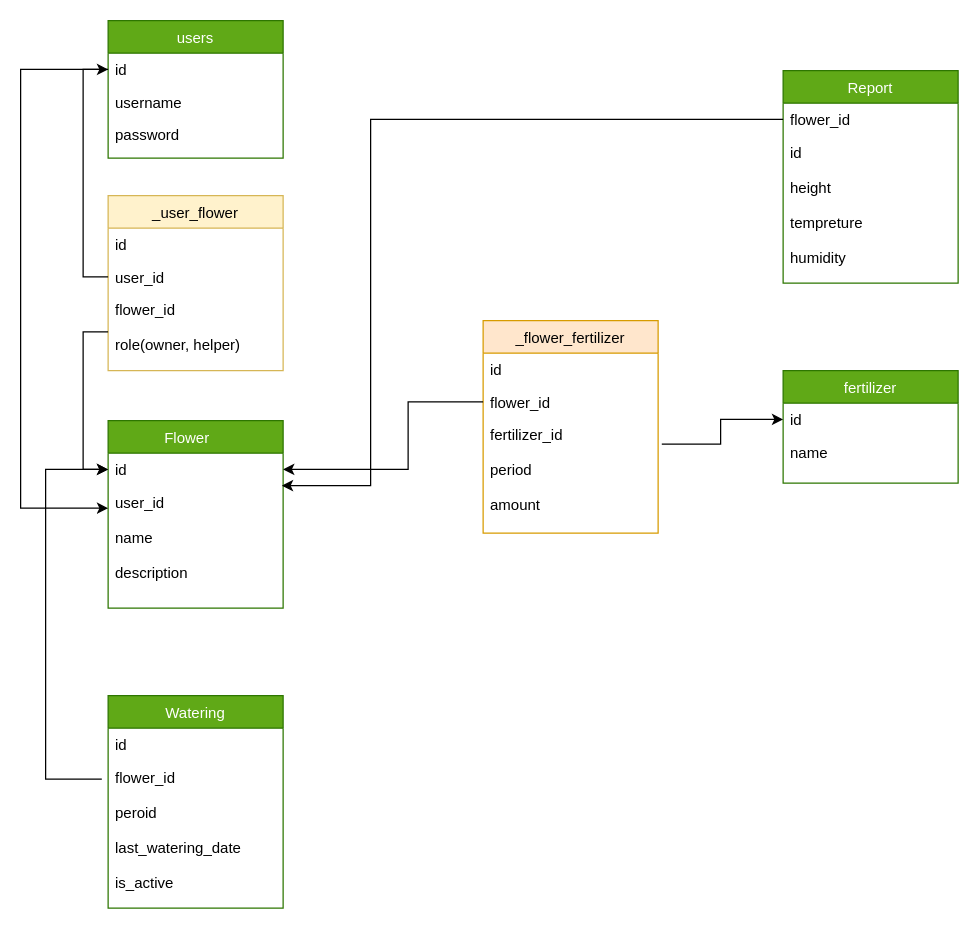
Earlier version of the draw.io diagram Pot_Flow_Chart.drawio (ahmadabd/pot). Source tidied: cells renumbered, new cells numbered last; positions are measured from the earlier drawing's top-left corner, leaving out a move shared by most shapes. Both pictures are drawn from the tidied source at 125%, with x=0, y=0 at pixel (20, 20).
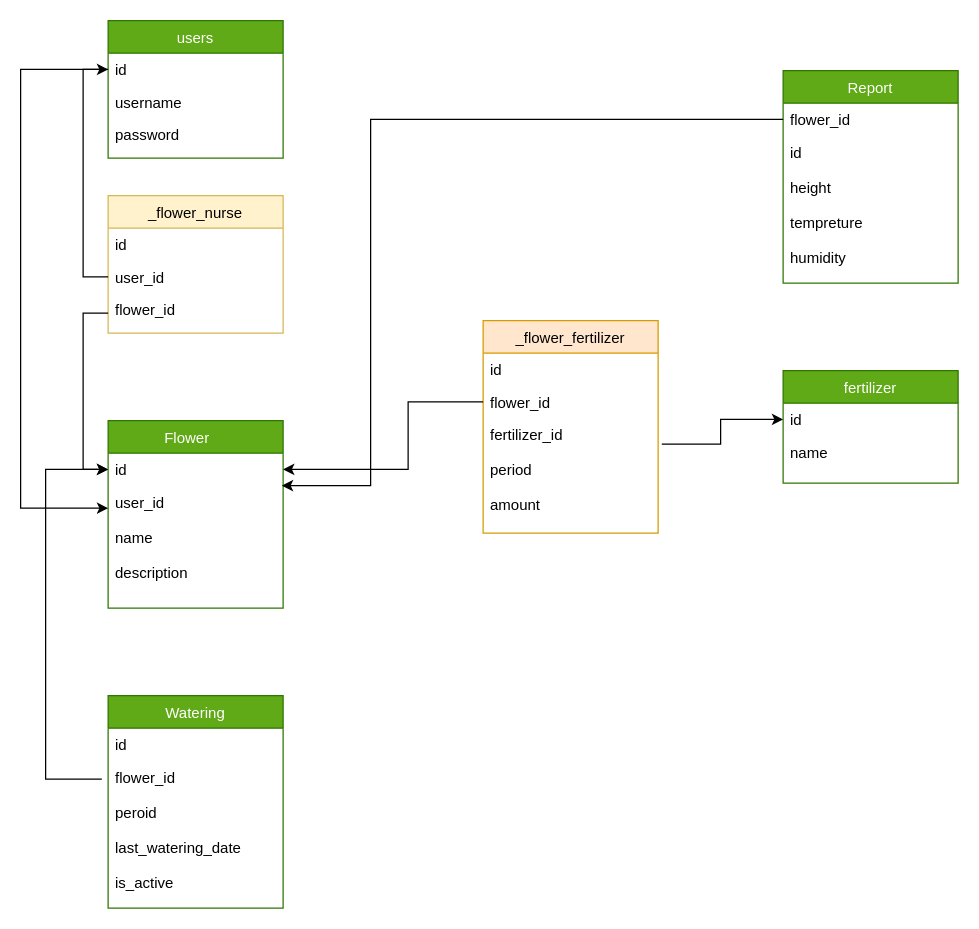
After the change.

Commit message (it also covers changes not shown here):
flower_nurse is some one take kare of flowers

The edit, as a diff of the source:
```diff
@@
-    <mxCell id="28" value="_user_flower" style="swimlane;fontStyle=0;horizontal=1;startSize=26;fillColor=#fff2cc;strokeColor=#d6b656;" parent="1" vertex="1">
-      <mxGeometry x="70" y="140" width="140" height="140" as="geometry" />
+    <mxCell id="28" value="_flower_nurse" style="swimlane;fontStyle=0;horizontal=1;startSize=26;fillColor=#fff2cc;strokeColor=#d6b656;" parent="1" vertex="1">
+      <mxGeometry x="70" y="140" width="140" height="110" as="geometry" />
     </mxCell>
@@
-    <mxCell id="31" value="flower_id&#10;&#10;role(owner, helper)&#10;" style="text;strokeColor=none;fillColor=none;align=left;verticalAlign=top;spacingLeft=4;spacingRight=4;overflow=hidden;points=[[0,0.5],[1,0.5]];portConstraint=eastwest;" parent="28" vertex="1">
-      <mxGeometry y="78" width="140" height="62" as="geometry" />
+    <mxCell id="31" value="flower_id&#10;" style="text;strokeColor=none;fillColor=none;align=left;verticalAlign=top;spacingLeft=4;spacingRight=4;overflow=hidden;points=[[0,0.5],[1,0.5]];portConstraint=eastwest;" parent="28" vertex="1">
+      <mxGeometry y="78" width="140" height="32" as="geometry" />
     </mxCell>
```
